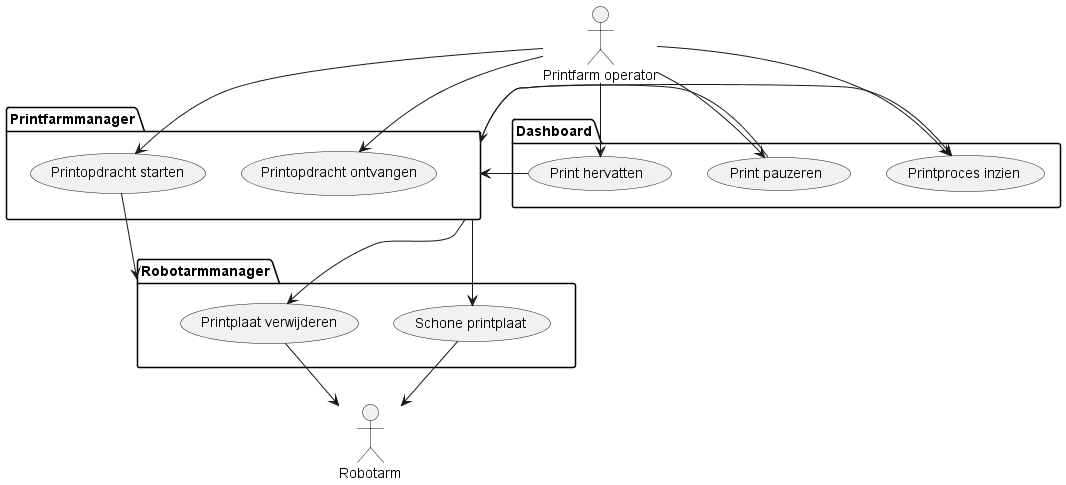
Above: documentation/usecase_diagram.png in RickMageddon/HU-3D-Grass (PlantUML), before the change.
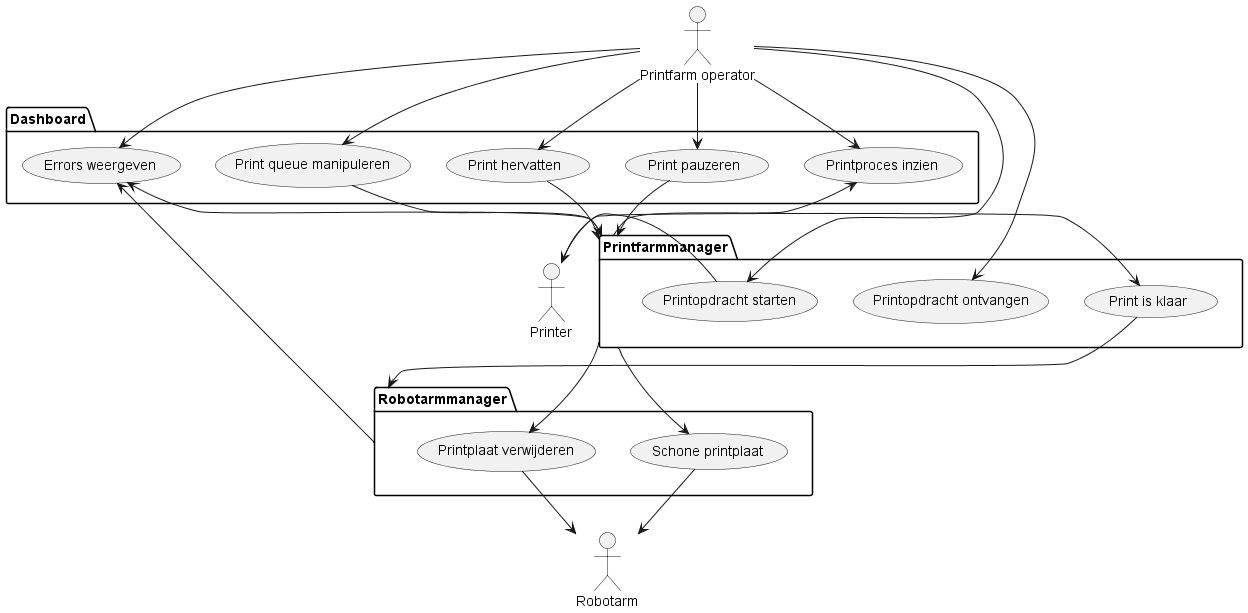
After the commit.

Commit message:
Add new use case diagram

The edit, as a diff of the source:
```diff
@@ -1,6 +1,7 @@
 @startuml
 actor "Printfarm operator" as po
 actor Robotarm
+actor Printer
 package Robotarmmanager{
     usecase "Schone printplaat" as uc01
     usecase "Printplaat verwijderen" as uc02
@@ -8,23 +9,33 @@
 package Printfarmmanager{
     usecase "Printopdracht ontvangen" as uc03
     usecase "Printopdracht starten" as uc04
+    usecase "Print is klaar" as uc05
 }
 package Dashboard{
-    usecase "Printproces inzien" as uc05
-    usecase "Print pauzeren" as uc06
-    usecase "Print hervatten" as uc07
+    usecase "Printproces inzien" as uc06
+    usecase "Print pauzeren" as uc07
+    usecase "Print hervatten" as uc08
+    usecase "Errors weergeven" as uc09
+    usecase "Print queue manipuleren" as uc10
 }
 Printfarmmanager -down-> uc01
 Printfarmmanager -down-> uc02
 uc01 -down-> Robotarm
 uc02 -down-> Robotarm
-po -left-> uc03
-po -left-> uc04
-po -down-> uc05
-po -down-> uc06
-po -down-> uc07
-uc04 -> Robotarmmanager
-Printfarmmanager -> uc05
-uc06 -> Printfarmmanager
-uc07 -> Printfarmmanager
+po --> uc03
+po --> uc04
+po --> uc06
+po --> uc07
+po --> uc08
+po -> uc09
+po -> uc10
+uc05 -> Robotarmmanager
+Robotarmmanager -up-> uc09
+Printfarmmanager -up-> uc06
+Printfarmmanager -up-> uc09
+uc07 -down-> Printfarmmanager
+uc08 -down-> Printfarmmanager
+uc10 -> Printfarmmanager
+uc04 -left-> Printer
+Printer -right-> uc05
 @enduml
```
